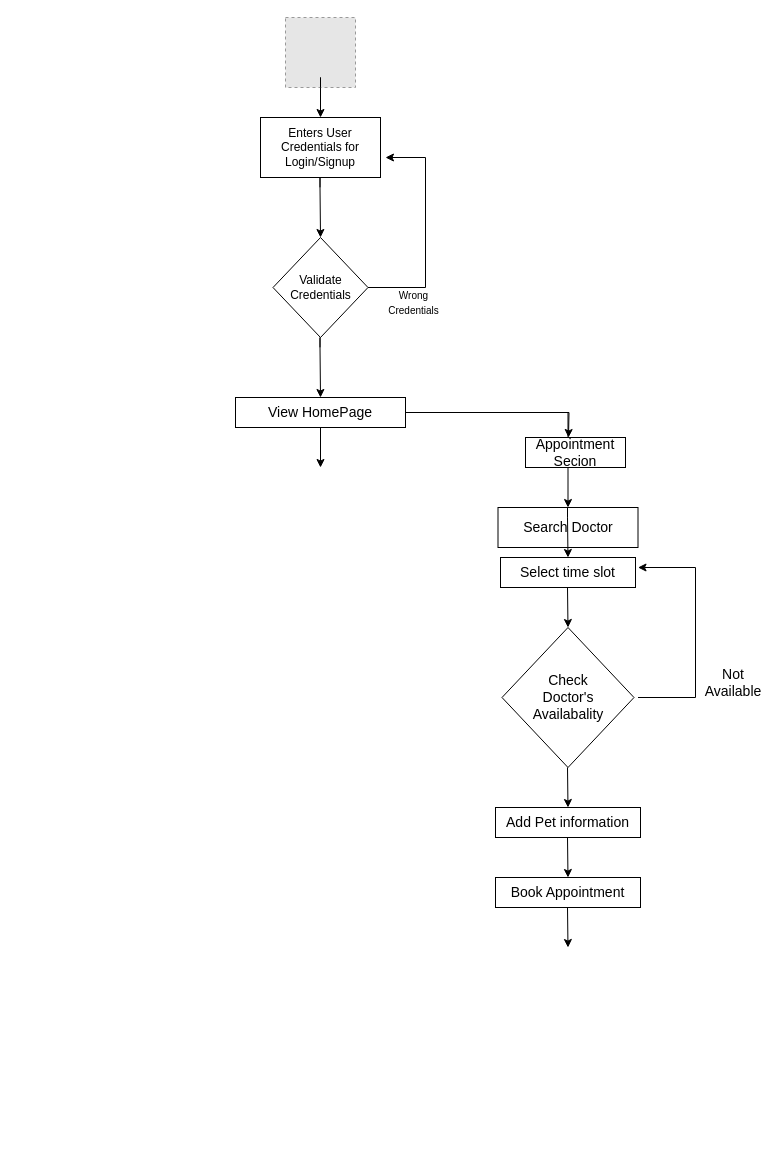
The draw.io diagram Untitled Diagram.drawio in KiranDixit/demo-repo, before the edit. Source tidied: cells renumbered, new cells numbered last; positions are measured from the earlier drawing's top-left corner, leaving out a move shared by most shapes. Both pictures are drawn from the tidied source at 100%, with x=0, y=0 at pixel (235, 17). Pictures stored in the file or linked from it are replaced by grey dashed boxes.
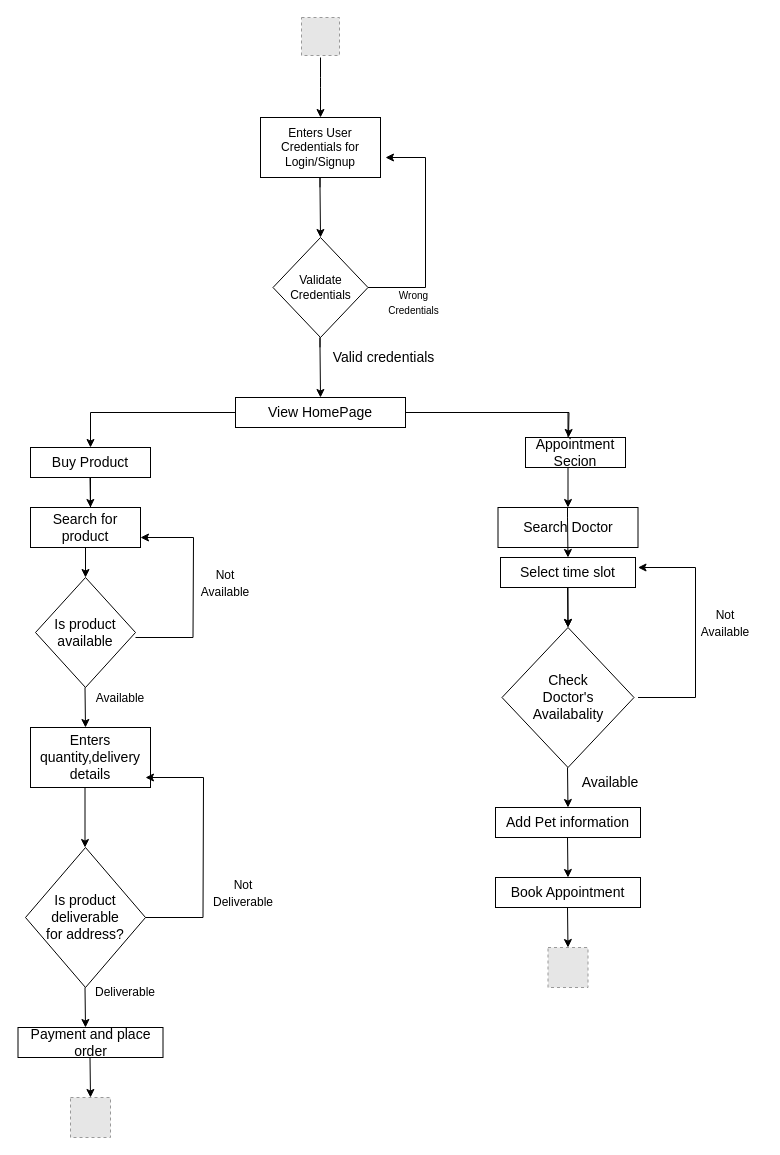
The same diagram, later.

Unchanged cells that the change refers to:
```xml
<mxCell id="3" value="Enters User Credentials for Login/Signup" style="rounded=0;whiteSpace=wrap;html=1;" parent="1" vertex="1">
  <mxGeometry x="25" y="100" width="120" height="60" as="geometry" />
</mxCell>
<mxCell id="11" value="&lt;font style=&quot;font-size: 14px&quot;&gt;View HomePage&lt;/font&gt;" style="rounded=0;whiteSpace=wrap;html=1;fontSize=10;" parent="1" vertex="1">
  <mxGeometry y="380" width="170" height="30" as="geometry" />
</mxCell>
<mxCell id="15" value="&lt;div&gt;Check&lt;/div&gt;&lt;div&gt;Doctor's&lt;/div&gt;&lt;div&gt;Availabality&lt;br&gt;&lt;/div&gt;" style="rhombus;whiteSpace=wrap;html=1;fontSize=14;" parent="1" vertex="1">
  <mxGeometry x="266.5" y="610" width="132" height="140" as="geometry" />
</mxCell>
<mxCell id="19" value="Select time slot" style="rounded=0;whiteSpace=wrap;html=1;fontSize=14;" parent="1" vertex="1">
  <mxGeometry x="265" y="540" width="135" height="30" as="geometry" />
</mxCell>
```

Change to the diagram source:
```diff
@@
-    <mxCell id="2" style="fillColor=#E6E6E6;strokeColor=#999999;dashed=1;html=1;verticalAlign=top;verticalLabelPosition=bottom;labelBackgroundColor=#ffffff;" parent="1" vertex="1">
-      <mxGeometry x="50" width="70" height="70" as="geometry" />
-    </mxCell>
@@
-    <mxCell id="4" style="endArrow=classic;html=1;rounded=0;entryX=0.5;entryY=0;entryDx=0;entryDy=0;exitX=0.5;exitY=1;exitDx=0;exitDy=0;" parent="1" edge="1" source="2" target="3">
+    <mxCell id="4" style="endArrow=classic;html=1;rounded=0;entryX=0.5;entryY=0;entryDx=0;entryDy=0;" parent="1" edge="1" target="3">
       <mxGeometry relative="1" as="geometry">
+        <mxPoint x="85" y="40" as="sourcePoint" />
         <Array as="points">
           <mxPoint x="85" y="60" />
           <mxPoint x="85" y="70" />
         </Array>
       </mxGeometry>
     </mxCell>
@@
-    <mxCell id="12" style="endArrow=classic;html=1;rounded=0;" parent="1" edge="1">
-      <mxGeometry relative="1" as="geometry">
-        <mxPoint x="85" y="420" as="sourcePoint" />
-        <mxPoint x="85" y="450" as="targetPoint" />
-        <Array as="points">
-          <mxPoint x="85" y="410" />
-        </Array>
-      </mxGeometry>
-    </mxCell>
@@
+    <mxCell id="27" style="edgeStyle=orthogonalEdgeStyle;rounded=0;jettySize=auto;html=1;fontSize=14;" parent="1" edge="1" source="19" target="15">
+      <mxGeometry relative="1" as="geometry" />
+    </mxCell>
@@
-    <mxCell id="21" value="&lt;div&gt;Not&lt;/div&gt;&lt;div&gt;Available&lt;br&gt;&lt;/div&gt;" style="text;html=1;strokeColor=none;fillColor=none;align=center;verticalAlign=middle;whiteSpace=wrap;rounded=0;fontSize=14;" parent="1" vertex="1">
-      <mxGeometry x="467.5" y="650" width="60" height="30" as="geometry" />
+    <mxCell id="21" value="&lt;div&gt;&lt;font style=&quot;font-size: 12px&quot;&gt;Not&lt;/font&gt;&lt;/div&gt;&lt;div&gt;&lt;font style=&quot;font-size: 12px&quot;&gt;Deliverable&lt;/font&gt;&lt;br&gt;&lt;/div&gt;" style="text;html=1;strokeColor=none;fillColor=none;align=center;verticalAlign=middle;whiteSpace=wrap;rounded=0;fontSize=14;" parent="1" vertex="1">
+      <mxGeometry x="-22.5" y="860" width="60" height="30" as="geometry" />
     </mxCell>
@@
+    <mxCell id="28" style="fillColor=#E6E6E6;strokeColor=#999999;dashed=1;html=1;verticalAlign=top;verticalLabelPosition=bottom;labelBackgroundColor=#ffffff;" parent="1" vertex="1">
+      <mxGeometry x="312.5" y="930" width="40" height="40" as="geometry" />
+    </mxCell>
+    <mxCell id="29" style="fillColor=#E6E6E6;strokeColor=#999999;dashed=1;html=1;verticalAlign=top;verticalLabelPosition=bottom;labelBackgroundColor=#ffffff;fontSize=14;" parent="1" vertex="1">
+      <mxGeometry x="66" width="38" height="38" as="geometry" />
+    </mxCell>
+    <mxCell id="30" style="endArrow=classic;html=1;rounded=0;fontSize=14;" parent="1" edge="1" source="11">
+      <mxGeometry relative="1" as="geometry">
+        <mxPoint x="-145" y="430" as="targetPoint" />
+        <Array as="points">
+          <mxPoint x="-145" y="395" />
+        </Array>
+      </mxGeometry>
+    </mxCell>
+    <mxCell id="31" style="edgeStyle=orthogonalEdgeStyle;rounded=0;jettySize=auto;html=1;fontSize=14;" parent="1" edge="1" source="32" target="35">
+      <mxGeometry relative="1" as="geometry" />
+    </mxCell>
+    <mxCell id="32" value="Buy Product" style="rounded=0;whiteSpace=wrap;html=1;fontSize=14;" parent="1" vertex="1">
+      <mxGeometry x="-205" y="430" width="120" height="30" as="geometry" />
+    </mxCell>
+    <mxCell id="33" style="endArrow=classic;html=1;rounded=0;exitX=0.5;exitY=1;exitDx=0;exitDy=0;" parent="1" edge="1">
+      <mxGeometry relative="1" as="geometry">
+        <mxPoint x="-145.5" y="460" as="sourcePoint" />
+        <mxPoint x="-145" y="490" as="targetPoint" />
+      </mxGeometry>
+    </mxCell>
+    <mxCell id="34" value="Search for product" style="rounded=0;whiteSpace=wrap;html=1;fontSize=14;" parent="1" vertex="1">
+      <mxGeometry x="-205" y="490" width="110" height="40" as="geometry" />
+    </mxCell>
+    <mxCell id="35" value="&lt;div&gt;Is product &lt;br&gt;&lt;/div&gt;&lt;div&gt;available&lt;br&gt;&lt;/div&gt;" style="rhombus;whiteSpace=wrap;html=1;fontSize=14;" parent="1" vertex="1">
+      <mxGeometry x="-200" y="560" width="100" height="110" as="geometry" />
+    </mxCell>
+    <mxCell id="36" style="endArrow=classic;html=1;rounded=0;entryX=1;entryY=0.75;entryDx=0;entryDy=0;" parent="1" edge="1" target="34">
+      <mxGeometry relative="1" as="geometry">
+        <mxPoint x="-100" y="620" as="sourcePoint" />
+        <Array as="points">
+          <mxPoint x="-42.5" y="620" />
+          <mxPoint x="-42" y="520" />
+        </Array>
+      </mxGeometry>
+    </mxCell>
+    <mxCell id="37" value="&lt;div&gt;&lt;font style=&quot;font-size: 12px&quot;&gt;Not&lt;/font&gt;&lt;/div&gt;&lt;div&gt;&lt;font style=&quot;font-size: 12px&quot;&gt;Available&lt;br&gt;&lt;/font&gt;&lt;/div&gt;" style="text;html=1;strokeColor=none;fillColor=none;align=center;verticalAlign=middle;whiteSpace=wrap;rounded=0;fontSize=14;" parent="1" vertex="1">
+      <mxGeometry x="-40" y="550" width="60" height="30" as="geometry" />
+    </mxCell>
+    <mxCell id="38" value="Enters quantity,delivery details" style="rounded=0;whiteSpace=wrap;html=1;fontSize=14;" parent="1" vertex="1">
+      <mxGeometry x="-205" y="710" width="120" height="60" as="geometry" />
+    </mxCell>
+    <mxCell id="39" style="endArrow=classic;html=1;rounded=0;exitX=0.5;exitY=1;exitDx=0;exitDy=0;" parent="1" edge="1">
+      <mxGeometry relative="1" as="geometry">
+        <mxPoint x="-150.5" y="670" as="sourcePoint" />
+        <mxPoint x="-150" y="710" as="targetPoint" />
+      </mxGeometry>
+    </mxCell>
+    <mxCell id="40" value="&lt;div&gt;Is product &lt;br&gt;&lt;/div&gt;&lt;div&gt;deliverable&lt;/div&gt;&lt;div&gt;for address?&lt;br&gt;&lt;/div&gt;" style="rhombus;whiteSpace=wrap;html=1;fontSize=14;" parent="1" vertex="1">
+      <mxGeometry x="-210" y="830" width="120" height="140" as="geometry" />
+    </mxCell>
+    <mxCell id="41" style="endArrow=classic;html=1;rounded=0;fontSize=14;" parent="1" edge="1">
+      <mxGeometry relative="1" as="geometry">
+        <mxPoint x="-150.5" y="770" as="sourcePoint" />
+        <mxPoint x="-150.5" y="830" as="targetPoint" />
+      </mxGeometry>
+    </mxCell>
+    <mxCell id="42" style="endArrow=classic;html=1;rounded=0;" parent="1" edge="1">
+      <mxGeometry relative="1" as="geometry">
+        <mxPoint x="-90" y="900" as="sourcePoint" />
+        <mxPoint x="-90" y="760" as="targetPoint" />
+        <Array as="points">
+          <mxPoint x="-32.5" y="900" />
+          <mxPoint x="-32" y="760" />
+        </Array>
+      </mxGeometry>
+    </mxCell>
+    <mxCell id="43" value="Payment and place order" style="rounded=0;whiteSpace=wrap;html=1;fontSize=14;" parent="1" vertex="1">
+      <mxGeometry x="-217.5" y="1010" width="145" height="30" as="geometry" />
+    </mxCell>
+    <mxCell id="44" style="endArrow=classic;html=1;rounded=0;exitX=0.5;exitY=1;exitDx=0;exitDy=0;" parent="1" edge="1">
+      <mxGeometry relative="1" as="geometry">
+        <mxPoint x="-145.5" y="1040" as="sourcePoint" />
+        <mxPoint x="-145" y="1080" as="targetPoint" />
+      </mxGeometry>
+    </mxCell>
+    <mxCell id="45" style="fillColor=#E6E6E6;strokeColor=#999999;dashed=1;html=1;verticalAlign=top;verticalLabelPosition=bottom;labelBackgroundColor=#ffffff;" parent="1" vertex="1">
+      <mxGeometry x="-165" y="1080" width="40" height="40" as="geometry" />
+    </mxCell>
+    <mxCell id="46" style="endArrow=classic;html=1;rounded=0;exitX=0.5;exitY=1;exitDx=0;exitDy=0;" parent="1" edge="1">
+      <mxGeometry relative="1" as="geometry">
+        <mxPoint x="-150.5" y="970" as="sourcePoint" />
+        <mxPoint x="-150" y="1010" as="targetPoint" />
+      </mxGeometry>
+    </mxCell>
+    <mxCell id="47" value="Valid credentials" style="text;html=1;align=center;verticalAlign=middle;strokeColor=none;fillColor=none;fontSize=14;" parent="1" vertex="1">
+      <mxGeometry x="82.5" y="330" width="130" height="20" as="geometry" />
+    </mxCell>
+    <mxCell id="48" value="&lt;div&gt;&lt;font style=&quot;font-size: 12px&quot;&gt;Not&lt;/font&gt;&lt;/div&gt;&lt;div&gt;&lt;font style=&quot;font-size: 12px&quot;&gt;Available&lt;br&gt;&lt;/font&gt;&lt;/div&gt;" style="text;html=1;strokeColor=none;fillColor=none;align=center;verticalAlign=middle;whiteSpace=wrap;rounded=0;fontSize=14;" parent="1" vertex="1">
+      <mxGeometry x="460" y="590" width="60" height="30" as="geometry" />
+    </mxCell>
+    <mxCell id="49" value="&lt;div&gt;Available&lt;br&gt;&lt;/div&gt;" style="text;html=1;strokeColor=none;fillColor=none;align=center;verticalAlign=middle;whiteSpace=wrap;rounded=0;fontSize=14;" parent="1" vertex="1">
+      <mxGeometry x="345" y="750" width="60" height="30" as="geometry" />
+    </mxCell>
+    <mxCell id="50" value="&lt;font style=&quot;font-size: 12px&quot;&gt;Available&lt;/font&gt;" style="text;html=1;strokeColor=none;fillColor=none;align=center;verticalAlign=middle;whiteSpace=wrap;rounded=0;fontSize=14;" parent="1" vertex="1">
+      <mxGeometry x="-145" y="665" width="60" height="30" as="geometry" />
+    </mxCell>
+    <mxCell id="51" value="Deliverable" style="text;html=1;strokeColor=none;fillColor=none;align=center;verticalAlign=middle;whiteSpace=wrap;rounded=0;fontSize=12;" parent="1" vertex="1">
+      <mxGeometry x="-140" y="960" width="60" height="30" as="geometry" />
+    </mxCell>
```
